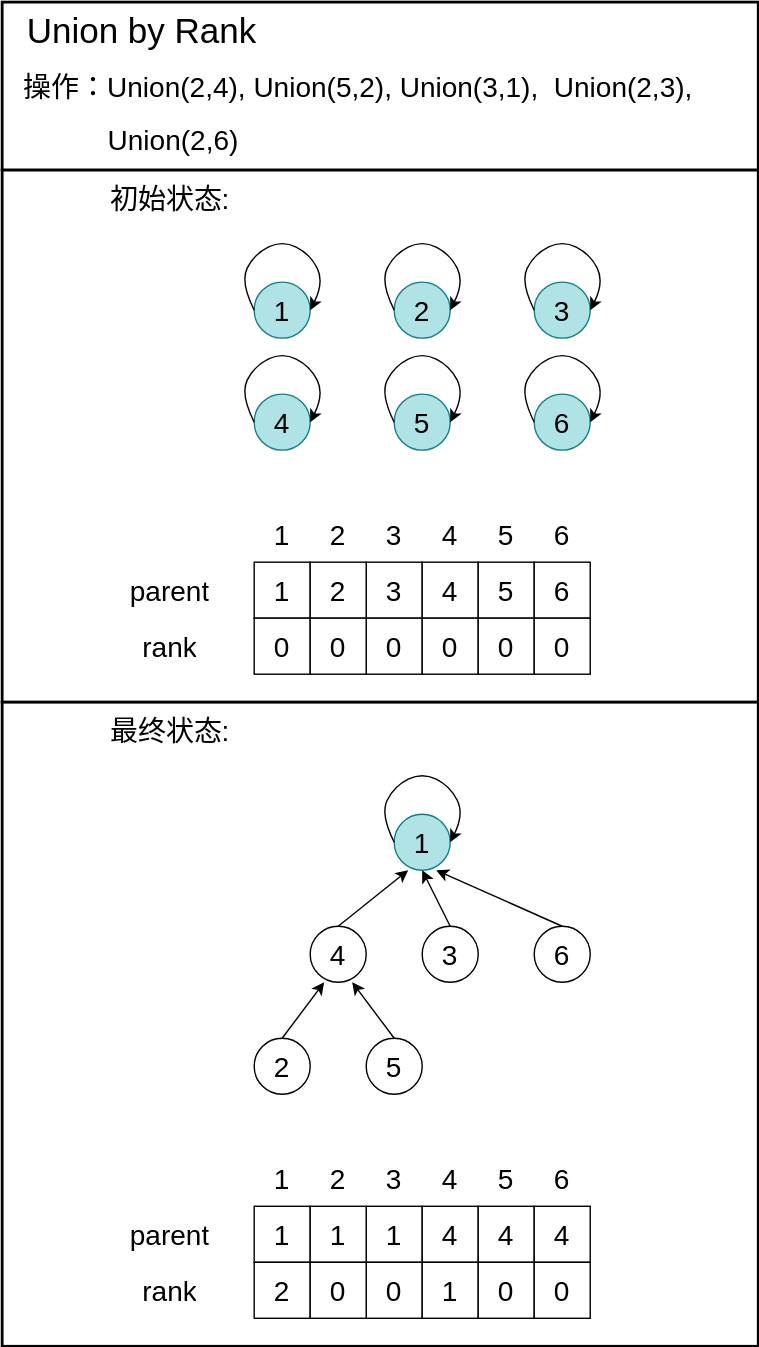
Before: Algorithms/img/DisjointSet3.svg, a diagram exported from draw.io (TBD2021/Salt-and-Computer-Science). Source tidied: cells renumbered, new cells last; positions are measured from the earlier drawing's top-left corner, leaving out a move shared by most shapes.
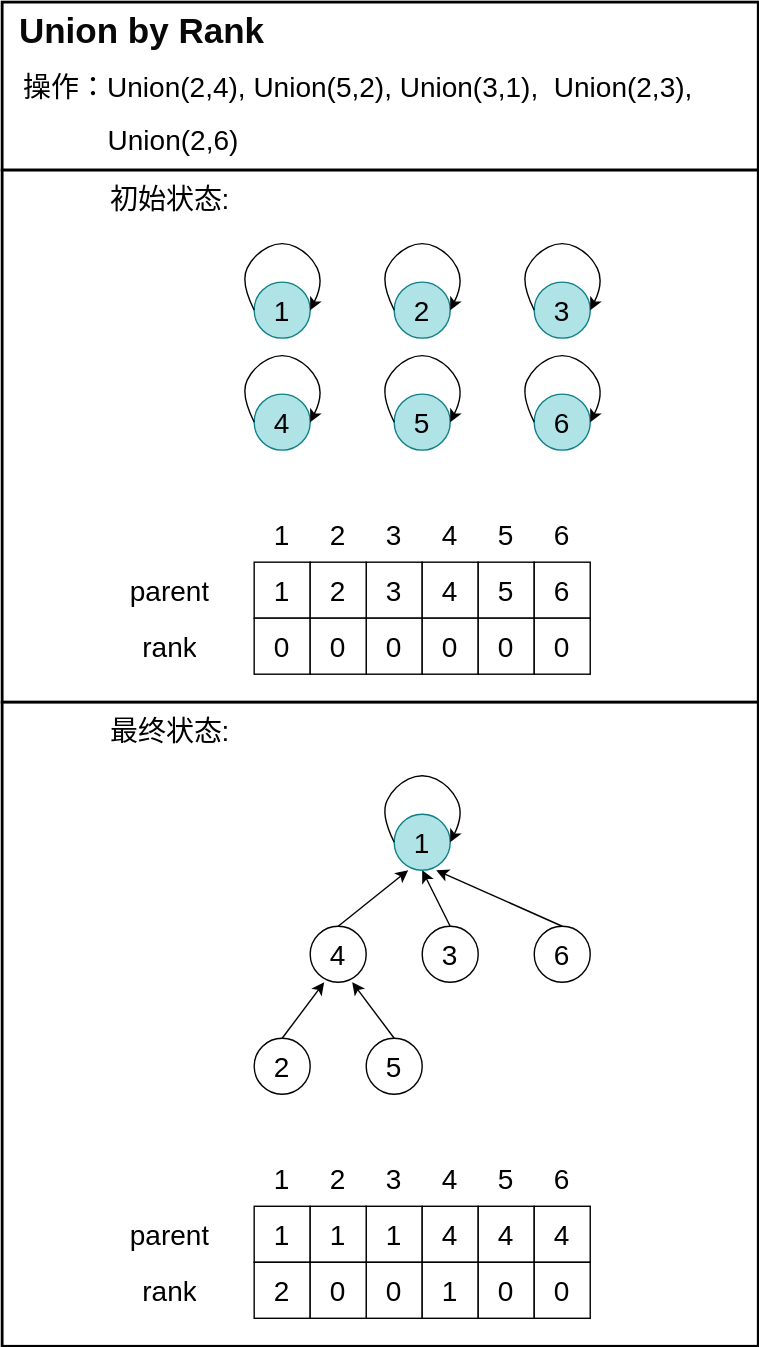
After the change.

Diff of the diagram source:
```diff
@@ -158,7 +158,7 @@
       </mxCell>
     </object>
     <object id="39" label="&lt;span style=&quot;font-size: 25px;&quot;&gt;Union by Rank&lt;/span&gt;" name="Variable" placeholders="1">
-      <mxCell style="text;html=1;strokeColor=none;fillColor=none;align=center;verticalAlign=middle;whiteSpace=wrap;overflow=hidden;fontSize=25;" parent="1" vertex="1">
+      <mxCell style="text;html=1;strokeColor=none;fillColor=none;align=center;verticalAlign=middle;whiteSpace=wrap;overflow=hidden;fontSize=25;fontColor=#080808;fontStyle=1;" parent="1" vertex="1">
         <mxGeometry width="200" height="40" as="geometry" />
       </mxCell>
     </object>
```
